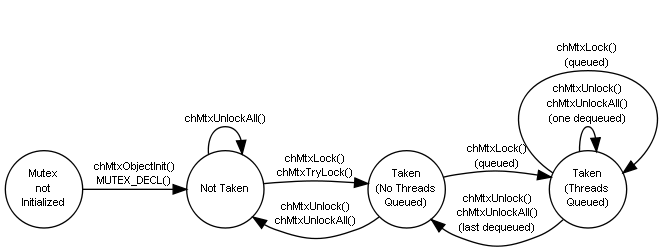
Before: book/mtx_states.png, a diagram exported from Graphviz (ArduPilot/ChibiOS.svn). Its source is kept beside it as book/mtx_states.dot.
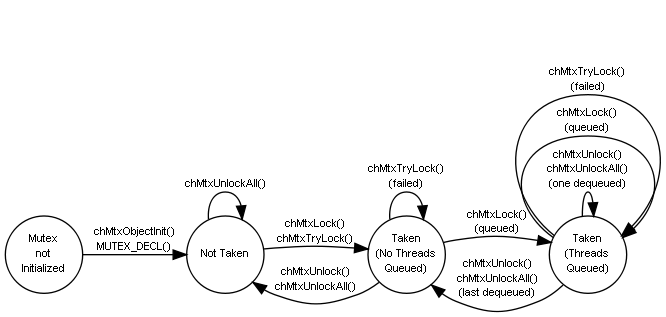
After the change.

Commit message:
git-svn-id: svn+ssh://svn.osdn.net/svnroot/chibios/branches/artwork@7294 27425a3e-05d8-49a3-a47f-9c15f0e5edd8

Change to the diagram source:
```diff
@@ -13,8 +13,10 @@
     init -> ntaken [label="\nchMtxObjectInit()\nMUTEX_DECL()"];
     ntaken -> taken [label="\nchMtxLock()\nchMtxTryLock()"];
     taken -> qtaken [label="\nchMtxLock()\n(queued)"];
+    taken -> taken [label="\nchMtxTryLock()\n(failed)"];
     qtaken -> qtaken [label="\nchMtxUnlock()\nchMtxUnlockAll()\n(one dequeued)"];
     qtaken -> qtaken [label="\nchMtxLock()\n(queued)"];
+    qtaken -> qtaken [label="\nchMtxTryLock()\n(failed)"];
     qtaken -> taken [label="\nchMtxUnlock()\nchMtxUnlockAll()\n(last dequeued)"];
     taken -> ntaken [label="\nchMtxUnlock()\nchMtxUnlockAll()"];
     ntaken -> ntaken [label="\nchMtxUnlockAll()"];
```
